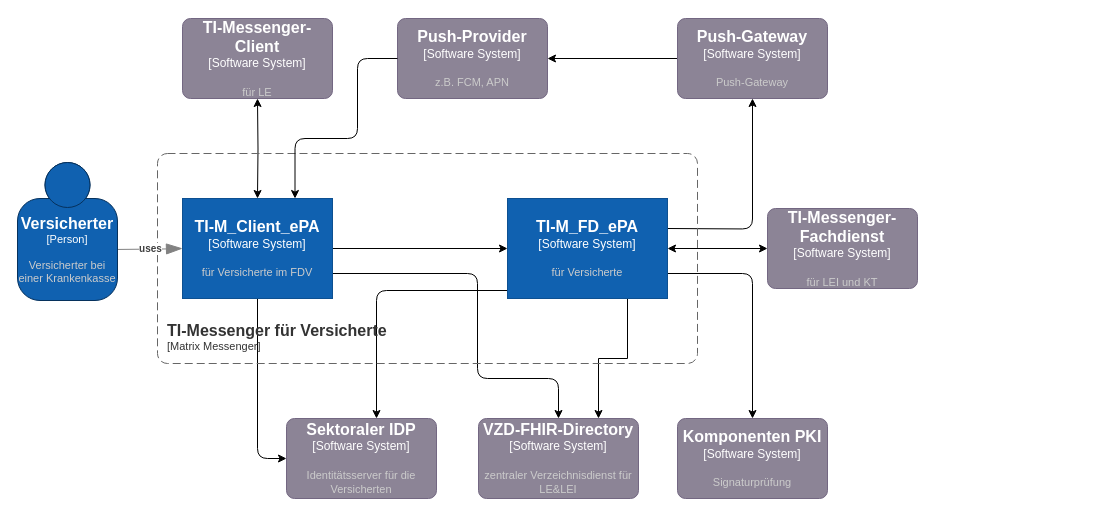
This is src/drawio/TI-M_ePA/TI-M_Kontextabgrenzung_fdv.drawio from gematik/api-ti-messenger, a draw.io file, before an edit. Source tidied: cells renumbered, new cells numbered last; positions are measured from the earlier drawing's top-left corner, leaving out a move shared by most shapes. Both pictures are drawn from the tidied source at 100%, with x=0, y=0 at pixel (17, 18).
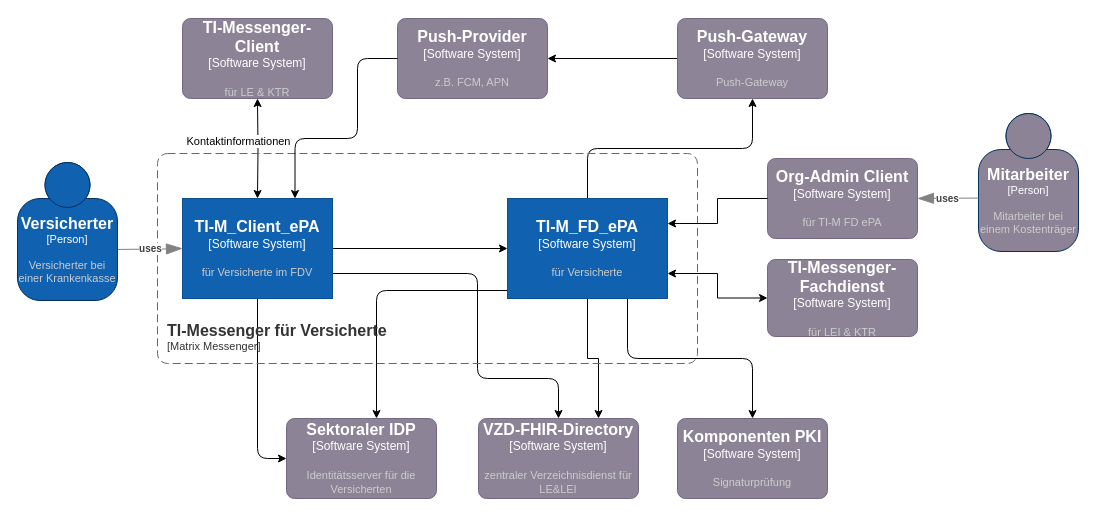
The same page after the edit.

Commit message:
added org-admin client

The change refers to these unchanged cells:
```xml
<mxCell id="10" style="edgeStyle=orthogonalEdgeStyle;rounded=0;jettySize=auto;html=1;entryX=0.5;entryY=0;entryDx=0;entryDy=0;startArrow=classic;startFill=1;entryPerimeter=0;" parent="1" edge="1" target="12">
  <mxGeometry relative="1" as="geometry">
    <mxPoint x="240" y="80" as="sourcePoint" />
  </mxGeometry>
</mxCell>
<object id="14" label="&lt;font style=&quot;font-size: 16px&quot;&gt;&lt;b&gt;%c4Name%&lt;/b&gt;&lt;/font&gt;&lt;div&gt;[%c4Type%]&lt;/div&gt;&lt;br&gt;&lt;div&gt;&lt;font style=&quot;font-size: 11px&quot;&gt;&lt;font color=&quot;#cccccc&quot;&gt;%c4Description%&lt;/font&gt;&lt;/div&gt;" c4Description="für Versicherte" c4Name="TI-M_FD_ePA" c4Type="Software System" placeholders="1">
  <mxCell style="rounded=1;whiteSpace=wrap;html=1;labelBackgroundColor=none;fillColor=#1061B0;fontColor=#ffffff;align=center;arcSize=0;strokeColor=#0D5091;points=[[0.25,0,0],[0.5,0,0],[0.75,0,0],[1,0.25,0],[1,0.5,0],[1,0.75,0],[0.75,1,0],[0.5,1,0],[0.25,1,0],[0,0.75,0],[0,0.5,0],[0,0.25,0]];imageWidth=20;imageHeight=20;" parent="1" vertex="1">
    <mxGeometry x="490" y="180" width="160" height="100" as="geometry" />
  </mxCell>
</object>
<object id="20" label="&lt;font style=&quot;font-size: 16px&quot;&gt;&lt;b&gt;%c4Name%&lt;/b&gt;&lt;/font&gt;&lt;div&gt;[%c4Type%]&lt;/div&gt;&lt;br&gt;&lt;div&gt;&lt;font style=&quot;font-size: 11px&quot;&gt;&lt;font color=&quot;#cccccc&quot;&gt;%c4Description%&lt;/font&gt;&lt;/div&gt;" c4Description="zentraler Verzeichnisdienst für LE&amp;LEI" c4Name="VZD-FHIR-Directory" c4Type="Software System" placeholders="1">
  <mxCell style="rounded=1;whiteSpace=wrap;html=1;labelBackgroundColor=none;fillColor=#8C8496;fontColor=#ffffff;align=center;arcSize=10;strokeColor=#736782;points=[[0.25,0,0],[0.5,0,0],[0.75,0,0],[1,0.25,0],[1,0.5,0],[1,0.75,0],[0.75,1,0],[0.5,1,0],[0.25,1,0],[0,0.75,0],[0,0.5,0],[0,0.25,0]];" parent="1" vertex="1">
    <mxGeometry x="461" y="400" width="160" height="80" as="geometry" />
  </mxCell>
</object>
<object id="22" label="&lt;font style=&quot;font-size: 16px&quot;&gt;&lt;b&gt;%c4Name%&lt;/b&gt;&lt;/font&gt;&lt;div&gt;[%c4Type%]&lt;/div&gt;&lt;br&gt;&lt;div&gt;&lt;font style=&quot;font-size: 11px&quot;&gt;&lt;font color=&quot;#cccccc&quot;&gt;%c4Description%&lt;/font&gt;&lt;/div&gt;" c4Description="Signaturprüfung" c4Name="Komponenten PKI" c4Type="Software System" placeholders="1">
  <mxCell style="rounded=1;whiteSpace=wrap;html=1;labelBackgroundColor=none;fillColor=#8C8496;fontColor=#ffffff;align=center;arcSize=10;strokeColor=#736782;points=[[0.25,0,0],[0.5,0,0],[0.75,0,0],[1,0.25,0],[1,0.5,0],[1,0.75,0],[0.75,1,0],[0.5,1,0],[0.25,1,0],[0,0.75,0],[0,0.5,0],[0,0.25,0]];" parent="1" vertex="1">
    <mxGeometry x="660" y="400" width="150" height="80" as="geometry" />
  </mxCell>
</object>
```

Change to the diagram source:
```diff
@@
-    <mxCell id="5" style="edgeStyle=orthogonalEdgeStyle;rounded=0;jettySize=auto;html=1;entryX=0;entryY=0.5;entryDx=0;entryDy=0;startArrow=classic;startFill=1;exitX=1;exitY=0.5;exitDx=0;exitDy=0;exitPerimeter=0;entryPerimeter=0;" parent="1" edge="1" source="14" target="16">
+    <mxCell id="5" style="edgeStyle=orthogonalEdgeStyle;rounded=0;jettySize=auto;html=1;entryX=0;entryY=0.5;entryDx=0;entryDy=0;startArrow=classic;startFill=1;exitX=1;exitY=0.75;exitDx=0;exitDy=0;exitPerimeter=0;entryPerimeter=0;" parent="1" edge="1" source="14" target="16">
       <mxGeometry relative="1" as="geometry" />
     </mxCell>
-    <mxCell id="6" style="edgeStyle=orthogonalEdgeStyle;rounded=1;jettySize=auto;html=1;entryX=0.5;entryY=0;entryDx=0;entryDy=0;exitX=1;exitY=0.75;exitDx=0;exitDy=0;exitPerimeter=0;entryPerimeter=0;" parent="1" edge="1" source="14" target="22">
+    <mxCell id="6" style="edgeStyle=orthogonalEdgeStyle;rounded=1;jettySize=auto;html=1;entryX=0.5;entryY=0;entryDx=0;entryDy=0;exitX=0.75;exitY=1;exitDx=0;exitDy=0;exitPerimeter=0;entryPerimeter=0;" parent="1" edge="1" source="14" target="22">
       <mxGeometry relative="1" as="geometry" />
     </mxCell>
-    <mxCell id="7" style="edgeStyle=orthogonalEdgeStyle;rounded=0;jettySize=auto;html=1;entryX=0.75;entryY=0;entryDx=0;entryDy=0;entryPerimeter=0;exitX=0.75;exitY=1;exitDx=0;exitDy=0;exitPerimeter=0;" parent="1" edge="1" source="14" target="20">
+    <mxCell id="7" style="edgeStyle=orthogonalEdgeStyle;rounded=0;jettySize=auto;html=1;entryX=0.75;entryY=0;entryDx=0;entryDy=0;entryPerimeter=0;" parent="1" edge="1" source="14" target="20">
       <mxGeometry relative="1" as="geometry" />
     </mxCell>
@@
-    <mxCell id="9" style="edgeStyle=orthogonalEdgeStyle;rounded=1;jettySize=auto;html=1;entryX=0.5;entryY=1;entryDx=0;entryDy=0;entryPerimeter=0;" parent="1" edge="1" target="23">
-      <mxGeometry relative="1" as="geometry">
-        <mxPoint x="650" y="210" as="sourcePoint" />
-      </mxGeometry>
+    <mxCell id="9" style="edgeStyle=orthogonalEdgeStyle;rounded=1;jettySize=auto;html=1;entryX=0.5;entryY=1;entryDx=0;entryDy=0;entryPerimeter=0;exitX=0.5;exitY=0;exitDx=0;exitDy=0;exitPerimeter=0;" parent="1" edge="1" source="14" target="23">
+      <mxGeometry relative="1" as="geometry" />
     </mxCell>
@@
+    <mxCell id="25" value="Kontaktinformationen" style="edgeLabel;html=1;align=center;verticalAlign=middle;" parent="10" vertex="1">
+      <mxGeometry x="-0.15" y="2" relative="1" as="geometry">
+        <mxPoint x="-22" as="offset" />
+      </mxGeometry>
+    </mxCell>
@@
-    <object id="15" label="&lt;font style=&quot;font-size: 16px&quot;&gt;&lt;b&gt;%c4Name%&lt;/b&gt;&lt;/font&gt;&lt;div&gt;[%c4Type%]&lt;/div&gt;&lt;br&gt;&lt;div&gt;&lt;font style=&quot;font-size: 11px&quot;&gt;&lt;font color=&quot;#cccccc&quot;&gt;%c4Description%&lt;/font&gt;&lt;/div&gt;" c4Description="für LE" c4Name="TI-Messenger-Client" c4Type="Software System" placeholders="1">
+    <object id="15" label="&lt;font style=&quot;font-size: 16px&quot;&gt;&lt;b&gt;%c4Name%&lt;/b&gt;&lt;/font&gt;&lt;div&gt;[%c4Type%]&lt;/div&gt;&lt;br&gt;&lt;div&gt;&lt;font style=&quot;font-size: 11px&quot;&gt;&lt;font color=&quot;#cccccc&quot;&gt;%c4Description%&lt;/font&gt;&lt;/div&gt;" c4Description="für LE &amp; KTR" c4Name="TI-Messenger-Client" c4Type="Software System" placeholders="1">
       <mxCell style="rounded=1;whiteSpace=wrap;html=1;labelBackgroundColor=none;fillColor=#8C8496;fontColor=#ffffff;align=center;arcSize=10;strokeColor=#736782;" parent="1" vertex="1">
         <mxGeometry x="165" width="150" height="80" as="geometry" />
       </mxCell>
     </object>
-    <object id="16" label="&lt;font style=&quot;font-size: 16px&quot;&gt;&lt;b&gt;%c4Name%&lt;/b&gt;&lt;/font&gt;&lt;div&gt;[%c4Type%]&lt;/div&gt;&lt;br&gt;&lt;div&gt;&lt;font style=&quot;font-size: 11px&quot;&gt;&lt;font color=&quot;#cccccc&quot;&gt;%c4Description%&lt;/font&gt;&lt;/div&gt;" c4Description="für LEI und KT" c4Name="TI-Messenger-Fachdienst" c4Type="Software System" placeholders="1">
+    <object id="16" label="&lt;font style=&quot;font-size: 16px&quot;&gt;&lt;b&gt;%c4Name%&lt;/b&gt;&lt;/font&gt;&lt;div&gt;[%c4Type%]&lt;/div&gt;&lt;br&gt;&lt;div&gt;&lt;font style=&quot;font-size: 11px&quot;&gt;&lt;font color=&quot;#cccccc&quot;&gt;%c4Description%&lt;/font&gt;&lt;/div&gt;" c4Description="für LEI &amp; KTR" c4Name="TI-Messenger-Fachdienst" c4Type="Software System" placeholders="1">
       <mxCell style="rounded=1;whiteSpace=wrap;html=1;labelBackgroundColor=none;fillColor=#8C8496;fontColor=#ffffff;align=center;arcSize=10;strokeColor=#736782;points=[[0.25,0,0],[0.5,0,0],[0.75,0,0],[1,0.25,0],[1,0.5,0],[1,0.75,0],[0.75,1,0],[0.5,1,0],[0.25,1,0],[0,0.75,0],[0,0.5,0],[0,0.25,0]];" parent="1" vertex="1">
-        <mxGeometry x="750" y="190" width="150" height="80" as="geometry" />
+        <mxGeometry x="750" y="241" width="150" height="77" as="geometry" />
       </mxCell>
     </object>
@@
     <object id="23" label="&lt;font style=&quot;font-size: 16px&quot;&gt;&lt;b&gt;%c4Name%&lt;/b&gt;&lt;/font&gt;&lt;div&gt;[%c4Type%]&lt;/div&gt;&lt;br&gt;&lt;div&gt;&lt;font style=&quot;font-size: 11px&quot;&gt;&lt;font color=&quot;#cccccc&quot;&gt;%c4Description%&lt;/font&gt;&lt;/div&gt;" c4Description="Push-Gateway" c4Name="Push-Gateway" c4Type="Software System" placeholders="1">
-      <mxCell style="rounded=1;whiteSpace=wrap;html=1;labelBackgroundColor=none;fillColor=#8C8496;fontColor=#ffffff;align=center;arcSize=10;strokeColor=#736782;points=[[0.25,0,0],[0.5,0,0],[0.75,0,0],[1,0.25,0],[1,0.5,0],[1,0.75,0],[0.75,1,0],[0.5,1,0],[0.25,1,0],[0,0.75,0],[0,0.5,0],[0,0.25,0]];" parent="1" vertex="1">
+      <mxCell style="rounded=1;whiteSpace=wrap;html=1;labelBackgroundColor=none;fillColor=#8d8597;fontColor=#ffffff;align=center;arcSize=10;strokeColor=#736782;points=[[0.25,0,0],[0.5,0,0],[0.75,0,0],[1,0.25,0],[1,0.5,0],[1,0.75,0],[0.75,1,0],[0.5,1,0],[0.25,1,0],[0,0.75,0],[0,0.5,0],[0,0.25,0]];" parent="1" vertex="1">
         <mxGeometry x="660" width="150" height="80" as="geometry" />
       </mxCell>
     </object>
@@
+    <object id="26" label="&lt;font style=&quot;font-size: 16px&quot;&gt;&lt;b&gt;%c4Name%&lt;/b&gt;&lt;/font&gt;&lt;div&gt;[%c4Type%]&lt;/div&gt;&lt;br&gt;&lt;div&gt;&lt;font style=&quot;font-size: 11px&quot;&gt;&lt;font color=&quot;#cccccc&quot;&gt;%c4Description%&lt;/font&gt;&lt;/div&gt;" c4Description="Mitarbeiter bei einem Kostenträger" c4Name="Mitarbeiter" c4Type="Person" placeholders="1">
+      <mxCell style="html=1;fontSize=11;dashed=0;whiteSpace=wrap;fillColor=#8c8496;strokeColor=#06315C;fontColor=#ffffff;shape=mxgraph.c4.person2;align=center;points=[[0.5,0,0],[1,0.5,0],[1,0.75,0],[0.75,1,0],[0.5,1,0],[0.25,1,0],[0,0.75,0],[0,0.5,0]];" parent="1" vertex="1">
+        <mxGeometry x="961" y="95" width="100" height="138" as="geometry" />
+      </mxCell>
+    </object>
+    <object id="27" label="&lt;font style=&quot;font-size: 16px&quot;&gt;&lt;b&gt;%c4Name%&lt;/b&gt;&lt;/font&gt;&lt;div&gt;[%c4Type%]&lt;/div&gt;&lt;br&gt;&lt;div&gt;&lt;font style=&quot;font-size: 11px&quot;&gt;&lt;font color=&quot;#cccccc&quot;&gt;%c4Description%&lt;/font&gt;&lt;/div&gt;" c4Description="für TI-M FD ePA" c4Name="Org-Admin Client" c4Type="Software System" placeholders="1">
+      <mxCell style="rounded=1;whiteSpace=wrap;html=1;labelBackgroundColor=none;fillColor=#8c8496;fontColor=#ffffff;align=center;arcSize=10;strokeColor=#736782;points=[[0.25,0,0],[0.5,0,0],[0.75,0,0],[1,0.25,0],[1,0.5,0],[1,0.75,0],[0.75,1,0],[0.5,1,0],[0.25,1,0],[0,0.75,0],[0,0.5,0],[0,0.25,0]];" parent="1" vertex="1">
+        <mxGeometry x="750" y="140" width="150" height="80" as="geometry" />
+      </mxCell>
+    </object>
+    <object id="28" label="&lt;div style=&quot;text-align: left&quot;&gt;&lt;div style=&quot;text-align: center&quot;&gt;&lt;b&gt;%c4Description%&lt;/b&gt;&lt;/div&gt;" c4Description="uses" placeholders="1">
+      <mxCell style="endArrow=blockThin;html=1;fontSize=10;fontColor=#404040;strokeWidth=1;endFill=1;strokeColor=#828282;elbow=vertical;endSize=14;startSize=14;jumpStyle=arc;jumpSize=16;rounded=0;edgeStyle=orthogonalEdgeStyle;entryX=1;entryY=0.5;entryDx=0;entryDy=0;entryPerimeter=0;exitX=0;exitY=0.613;exitDx=0;exitDy=0;exitPerimeter=0;" parent="1" edge="1" source="26" target="27">
+        <mxGeometry relative="1" as="geometry" />
+      </mxCell>
+    </object>
+    <mxCell id="29" style="edgeStyle=orthogonalEdgeStyle;rounded=0;jettySize=auto;html=1;entryX=0;entryY=0.5;entryDx=0;entryDy=0;startArrow=classic;startFill=1;exitX=1;exitY=0.25;exitDx=0;exitDy=0;exitPerimeter=0;entryPerimeter=0;endArrow=none;endFill=0;" parent="1" edge="1" source="14" target="27">
+      <mxGeometry relative="1" as="geometry" />
+    </mxCell>
```
